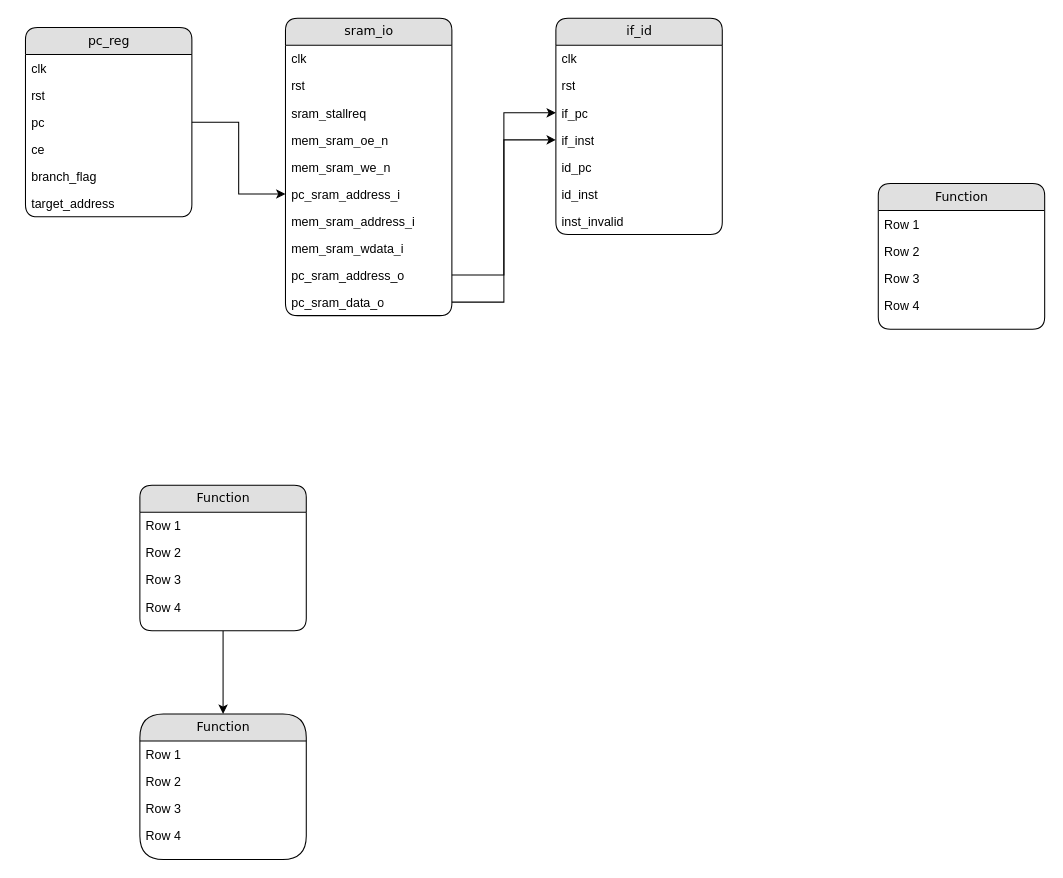
The draw.io diagram riscv-cpu-datapath.drawio in reburnw/riscv-cpu-dataflow, before the edit. Source tidied: cells renumbered, new cells numbered last; positions are measured from the earlier drawing's top-left corner, leaving out a move shared by most shapes. Both pictures are drawn from the tidied source at 104%, with x=0, y=0 at pixel (25, 18).
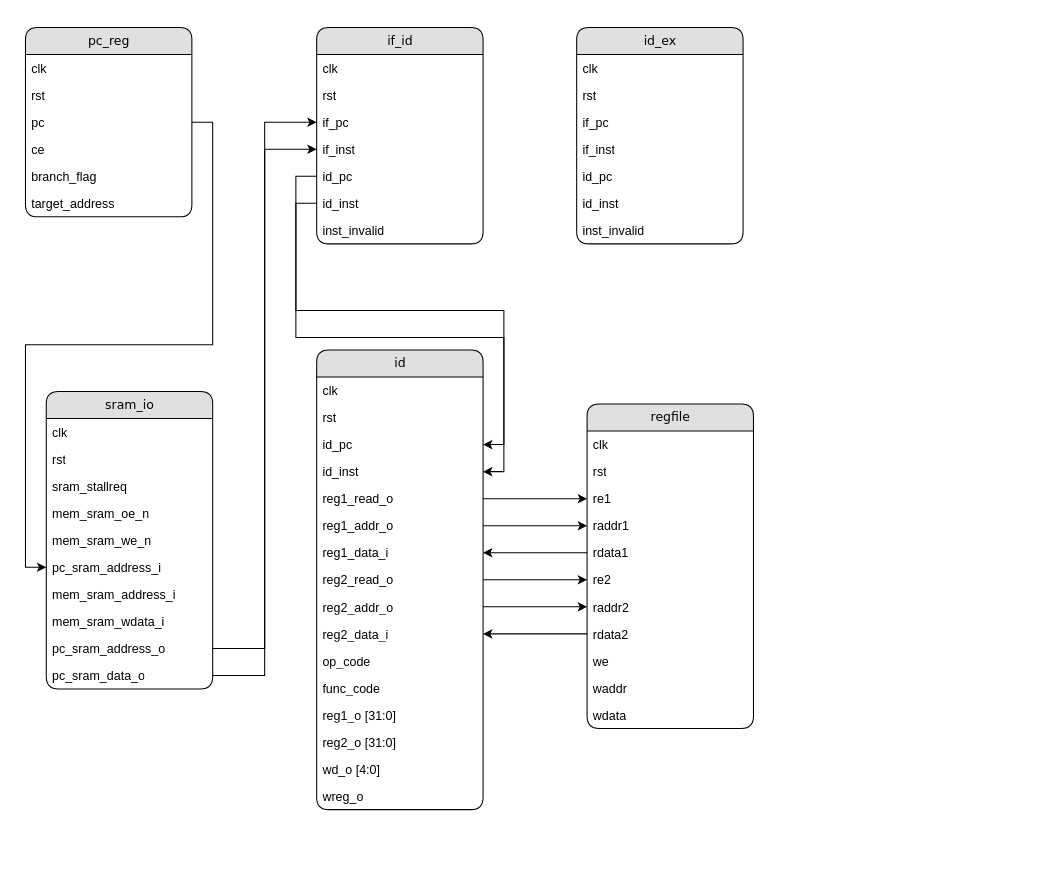
The same diagram, later.

Unchanged cells that the change refers to:
```xml
<mxCell id="37" value="id_pc" style="text;html=1;strokeColor=none;fillColor=none;spacingLeft=4;spacingRight=4;whiteSpace=wrap;overflow=hidden;points=[[0,0.5],[1,0.5]];portConstraint=eastwest;" parent="32" vertex="1">
  <mxGeometry y="130" width="160" height="26" as="geometry" />
</mxCell>
<mxCell id="38" value="id_inst" style="text;html=1;strokeColor=none;fillColor=none;spacingLeft=4;spacingRight=4;whiteSpace=wrap;overflow=hidden;points=[[0,0.5],[1,0.5]];portConstraint=eastwest;" parent="32" vertex="1">
  <mxGeometry y="156" width="160" height="26" as="geometry" />
</mxCell>
```

Change to the diagram source:
```diff
@@
-    <mxCell id="9" style="edgeStyle=orthogonalEdgeStyle;rounded=0;jettySize=auto;html=1;" parent="1" edge="1" source="10" target="15">
-      <mxGeometry relative="1" as="geometry" />
-    </mxCell>
-    <mxCell id="10" value="Function" style="swimlane;html=1;fontStyle=0;horizontal=1;startSize=26;fillColor=#e0e0e0;swimlaneFillColor=#ffffff;align=center;rounded=1;shadow=0;comic=0;labelBackgroundColor=none;strokeWidth=1;fontFamily=Verdana;fontSize=12;" parent="1" vertex="1">
-      <mxGeometry x="110" y="449" width="160" height="140" as="geometry" />
-    </mxCell>
-    <mxCell id="11" value="Row 1" style="text;html=1;strokeColor=none;fillColor=none;spacingLeft=4;spacingRight=4;whiteSpace=wrap;overflow=hidden;" parent="10" vertex="1">
-      <mxGeometry y="26" width="160" height="26" as="geometry" />
-    </mxCell>
-    <mxCell id="12" value="Row 2" style="text;html=1;strokeColor=none;fillColor=none;spacingLeft=4;spacingRight=4;whiteSpace=wrap;overflow=hidden;" parent="10" vertex="1">
-      <mxGeometry y="52" width="160" height="26" as="geometry" />
-    </mxCell>
-    <mxCell id="13" value="Row 3" style="text;html=1;strokeColor=none;fillColor=none;spacingLeft=4;spacingRight=4;whiteSpace=wrap;overflow=hidden;" parent="10" vertex="1">
-      <mxGeometry y="78" width="160" height="26" as="geometry" />
-    </mxCell>
-    <mxCell id="14" value="Row 4" style="text;html=1;strokeColor=none;fillColor=none;spacingLeft=4;spacingRight=4;whiteSpace=wrap;overflow=hidden;" parent="10" vertex="1">
-      <mxGeometry y="104" width="160" height="26" as="geometry" />
-    </mxCell>
-    <mxCell id="15" value="Function" style="swimlane;html=1;fontStyle=0;horizontal=1;startSize=26;fillColor=#e0e0e0;swimlaneFillColor=#ffffff;align=center;rounded=1;shadow=0;comic=0;labelBackgroundColor=none;strokeWidth=1;fontFamily=Verdana;fontSize=12;direction=east;arcSize=29;" parent="1" vertex="1">
-      <mxGeometry x="110" y="669" width="160" height="140" as="geometry" />
-    </mxCell>
-    <mxCell id="16" value="Row 1" style="text;html=1;strokeColor=none;fillColor=none;spacingLeft=4;spacingRight=4;whiteSpace=wrap;overflow=hidden;" parent="15" vertex="1">
-      <mxGeometry y="26" width="160" height="26" as="geometry" />
-    </mxCell>
-    <mxCell id="17" value="Row 2" style="text;html=1;strokeColor=none;fillColor=none;spacingLeft=4;spacingRight=4;whiteSpace=wrap;overflow=hidden;" parent="15" vertex="1">
-      <mxGeometry y="52" width="160" height="26" as="geometry" />
-    </mxCell>
-    <mxCell id="18" value="Row 3" style="text;html=1;strokeColor=none;fillColor=none;spacingLeft=4;spacingRight=4;whiteSpace=wrap;overflow=hidden;" parent="15" vertex="1">
-      <mxGeometry y="78" width="160" height="26" as="geometry" />
-    </mxCell>
-    <mxCell id="19" value="Row 4" style="text;html=1;strokeColor=none;fillColor=none;spacingLeft=4;spacingRight=4;whiteSpace=wrap;overflow=hidden;" parent="15" vertex="1">
-      <mxGeometry y="104" width="160" height="26" as="geometry" />
-    </mxCell>
     <mxCell id="20" value="sram_io" style="swimlane;html=1;fontStyle=0;horizontal=1;startSize=26;fillColor=#e0e0e0;swimlaneFillColor=#ffffff;align=center;rounded=1;shadow=0;comic=0;labelBackgroundColor=none;strokeWidth=1;fontFamily=Verdana;fontSize=12;" parent="1" vertex="1">
-      <mxGeometry x="250" width="160" height="286" as="geometry" />
+      <mxGeometry x="20" y="359" width="160" height="286" as="geometry" />
     </mxCell>
@@
     <mxCell id="32" value="if_id" style="swimlane;html=1;fontStyle=0;horizontal=1;startSize=26;fillColor=#e0e0e0;swimlaneFillColor=#ffffff;align=center;rounded=1;shadow=0;comic=0;labelBackgroundColor=none;strokeWidth=1;fontFamily=Verdana;fontSize=12;" parent="1" vertex="1">
-      <mxGeometry x="510" width="160" height="208" as="geometry" />
+      <mxGeometry x="280" y="9" width="160" height="208" as="geometry" />
     </mxCell>
@@
-    <mxCell id="42" value="Function" style="swimlane;html=1;fontStyle=0;horizontal=1;startSize=26;fillColor=#e0e0e0;swimlaneFillColor=#ffffff;align=center;rounded=1;shadow=0;comic=0;labelBackgroundColor=none;strokeWidth=1;fontFamily=Verdana;fontSize=12;" parent="1" vertex="1">
-      <mxGeometry x="820" y="159" width="160" height="140" as="geometry" />
+    <mxCell id="42" value="id" style="swimlane;html=1;fontStyle=0;horizontal=1;startSize=26;fillColor=#e0e0e0;swimlaneFillColor=#ffffff;align=center;rounded=1;shadow=0;comic=0;labelBackgroundColor=none;strokeWidth=1;fontFamily=Verdana;fontSize=12;" parent="1" vertex="1">
+      <mxGeometry x="280" y="319" width="160" height="442" as="geometry" />
     </mxCell>
-    <mxCell id="43" value="Row 1" style="text;html=1;strokeColor=none;fillColor=none;spacingLeft=4;spacingRight=4;whiteSpace=wrap;overflow=hidden;" parent="42" vertex="1">
+    <mxCell id="43" value="clk" style="text;html=1;strokeColor=none;fillColor=none;spacingLeft=4;spacingRight=4;whiteSpace=wrap;overflow=hidden;" parent="42" vertex="1">
       <mxGeometry y="26" width="160" height="26" as="geometry" />
     </mxCell>
-    <mxCell id="44" value="Row 2" style="text;html=1;strokeColor=none;fillColor=none;spacingLeft=4;spacingRight=4;whiteSpace=wrap;overflow=hidden;" parent="42" vertex="1">
+    <mxCell id="44" value="rst" style="text;html=1;strokeColor=none;fillColor=none;spacingLeft=4;spacingRight=4;whiteSpace=wrap;overflow=hidden;" parent="42" vertex="1">
       <mxGeometry y="52" width="160" height="26" as="geometry" />
     </mxCell>
-    <mxCell id="45" value="Row 3" style="text;html=1;strokeColor=none;fillColor=none;spacingLeft=4;spacingRight=4;whiteSpace=wrap;overflow=hidden;points=[[0,0.5],[1,0.5]];portConstraint=eastwest;" parent="42" vertex="1">
+    <mxCell id="45" value="id_pc" style="text;html=1;strokeColor=none;fillColor=none;spacingLeft=4;spacingRight=4;whiteSpace=wrap;overflow=hidden;points=[[0,0.5],[1,0.5]];portConstraint=eastwest;" parent="42" vertex="1">
       <mxGeometry y="78" width="160" height="26" as="geometry" />
     </mxCell>
-    <mxCell id="46" value="Row 4" style="text;html=1;strokeColor=none;fillColor=none;spacingLeft=4;spacingRight=4;whiteSpace=wrap;overflow=hidden;points=[[0,0.5],[1,0.5]];portConstraint=eastwest;" parent="42" vertex="1">
+    <mxCell id="46" value="id_inst" style="text;html=1;strokeColor=none;fillColor=none;spacingLeft=4;spacingRight=4;whiteSpace=wrap;overflow=hidden;points=[[0,0.5],[1,0.5]];portConstraint=eastwest;" parent="42" vertex="1">
       <mxGeometry y="104" width="160" height="26" as="geometry" />
     </mxCell>
+    <mxCell id="47" value="reg1_read_o" style="text;html=1;strokeColor=none;fillColor=none;spacingLeft=4;spacingRight=4;whiteSpace=wrap;overflow=hidden;points=[[0,0.5],[1,0.5]];portConstraint=eastwest;" parent="42" vertex="1">
+      <mxGeometry y="130" width="160" height="26" as="geometry" />
+    </mxCell>
+    <mxCell id="48" value="reg1_addr_o" style="text;html=1;strokeColor=none;fillColor=none;spacingLeft=4;spacingRight=4;whiteSpace=wrap;overflow=hidden;points=[[0,0.5],[1,0.5]];portConstraint=eastwest;" parent="42" vertex="1">
+      <mxGeometry y="156" width="160" height="26" as="geometry" />
+    </mxCell>
+    <mxCell id="49" value="reg1_data_i" style="text;html=1;strokeColor=none;fillColor=none;spacingLeft=4;spacingRight=4;whiteSpace=wrap;overflow=hidden;points=[[0,0.5],[1,0.5]];portConstraint=eastwest;" parent="42" vertex="1">
+      <mxGeometry y="182" width="160" height="26" as="geometry" />
+    </mxCell>
+    <mxCell id="50" value="reg2_read_o" style="text;html=1;strokeColor=none;fillColor=none;spacingLeft=4;spacingRight=4;whiteSpace=wrap;overflow=hidden;points=[[0,0.5],[1,0.5]];portConstraint=eastwest;" parent="42" vertex="1">
+      <mxGeometry y="208" width="160" height="26" as="geometry" />
+    </mxCell>
+    <mxCell id="51" value="reg2_addr_o" style="text;html=1;strokeColor=none;fillColor=none;spacingLeft=4;spacingRight=4;whiteSpace=wrap;overflow=hidden;points=[[0,0.5],[1,0.5]];portConstraint=eastwest;" parent="42" vertex="1">
+      <mxGeometry y="234" width="160" height="26" as="geometry" />
+    </mxCell>
+    <mxCell id="52" value="reg2_data_i" style="text;html=1;strokeColor=none;fillColor=none;spacingLeft=4;spacingRight=4;whiteSpace=wrap;overflow=hidden;points=[[0,0.5],[1,0.5]];portConstraint=eastwest;" parent="42" vertex="1">
+      <mxGeometry y="260" width="160" height="26" as="geometry" />
+    </mxCell>
+    <mxCell id="53" value="op_code" style="text;html=1;strokeColor=none;fillColor=none;spacingLeft=4;spacingRight=4;whiteSpace=wrap;overflow=hidden;" parent="42" vertex="1">
+      <mxGeometry y="286" width="160" height="26" as="geometry" />
+    </mxCell>
+    <mxCell id="54" value="func_code" style="text;html=1;strokeColor=none;fillColor=none;spacingLeft=4;spacingRight=4;whiteSpace=wrap;overflow=hidden;" parent="42" vertex="1">
+      <mxGeometry y="312" width="160" height="26" as="geometry" />
+    </mxCell>
+    <mxCell id="55" value="reg1_o [31:0]" style="text;html=1;strokeColor=none;fillColor=none;spacingLeft=4;spacingRight=4;whiteSpace=wrap;overflow=hidden;" parent="42" vertex="1">
+      <mxGeometry y="338" width="160" height="26" as="geometry" />
+    </mxCell>
+    <mxCell id="56" value="reg2_o [31:0]" style="text;html=1;strokeColor=none;fillColor=none;spacingLeft=4;spacingRight=4;whiteSpace=wrap;overflow=hidden;" parent="42" vertex="1">
+      <mxGeometry y="364" width="160" height="26" as="geometry" />
+    </mxCell>
+    <mxCell id="57" value="wd_o [4:0]" style="text;html=1;strokeColor=none;fillColor=none;spacingLeft=4;spacingRight=4;whiteSpace=wrap;overflow=hidden;" parent="42" vertex="1">
+      <mxGeometry y="390" width="160" height="26" as="geometry" />
+    </mxCell>
+    <mxCell id="58" value="wreg_o" style="text;html=1;strokeColor=none;fillColor=none;spacingLeft=4;spacingRight=4;whiteSpace=wrap;overflow=hidden;" parent="42" vertex="1">
+      <mxGeometry y="416" width="160" height="26" as="geometry" />
+    </mxCell>
+    <mxCell id="59" style="edgeStyle=orthogonalEdgeStyle;rounded=0;jettySize=auto;html=1;" parent="1" edge="1" source="37" target="45">
+      <mxGeometry relative="1" as="geometry" />
+    </mxCell>
+    <mxCell id="60" style="edgeStyle=orthogonalEdgeStyle;rounded=0;jettySize=auto;html=1;" parent="1" edge="1" source="38" target="46">
+      <mxGeometry relative="1" as="geometry" />
+    </mxCell>
+    <mxCell id="61" value="regfile" style="swimlane;html=1;fontStyle=0;horizontal=1;startSize=26;fillColor=#e0e0e0;swimlaneFillColor=#ffffff;align=center;rounded=1;shadow=0;comic=0;labelBackgroundColor=none;strokeWidth=1;fontFamily=Verdana;fontSize=12;" parent="1" vertex="1">
+      <mxGeometry x="540" y="371" width="160" height="312" as="geometry" />
+    </mxCell>
+    <mxCell id="62" value="clk" style="text;html=1;strokeColor=none;fillColor=none;spacingLeft=4;spacingRight=4;whiteSpace=wrap;overflow=hidden;" parent="61" vertex="1">
+      <mxGeometry y="26" width="160" height="26" as="geometry" />
+    </mxCell>
+    <mxCell id="63" value="rst" style="text;html=1;strokeColor=none;fillColor=none;spacingLeft=4;spacingRight=4;whiteSpace=wrap;overflow=hidden;" parent="61" vertex="1">
+      <mxGeometry y="52" width="160" height="26" as="geometry" />
+    </mxCell>
+    <mxCell id="64" value="re1" style="text;html=1;strokeColor=none;fillColor=none;spacingLeft=4;spacingRight=4;whiteSpace=wrap;overflow=hidden;points=[[0,0.5],[1,0.5]];portConstraint=eastwest;" parent="61" vertex="1">
+      <mxGeometry y="78" width="160" height="26" as="geometry" />
+    </mxCell>
+    <mxCell id="65" value="raddr1" style="text;html=1;strokeColor=none;fillColor=none;spacingLeft=4;spacingRight=4;whiteSpace=wrap;overflow=hidden;points=[[0,0.5],[1,0.5]];portConstraint=eastwest;" parent="61" vertex="1">
+      <mxGeometry y="104" width="160" height="26" as="geometry" />
+    </mxCell>
+    <mxCell id="66" value="rdata1" style="text;html=1;strokeColor=none;fillColor=none;spacingLeft=4;spacingRight=4;whiteSpace=wrap;overflow=hidden;points=[[0,0.5],[1,0.5]];portConstraint=eastwest;" parent="61" vertex="1">
+      <mxGeometry y="130" width="160" height="26" as="geometry" />
+    </mxCell>
+    <mxCell id="67" value="re2" style="text;html=1;strokeColor=none;fillColor=none;spacingLeft=4;spacingRight=4;whiteSpace=wrap;overflow=hidden;points=[[0,0.5],[1,0.5]];portConstraint=eastwest;" parent="61" vertex="1">
+      <mxGeometry y="156" width="160" height="26" as="geometry" />
+    </mxCell>
+    <mxCell id="68" value="raddr2" style="text;html=1;strokeColor=none;fillColor=none;spacingLeft=4;spacingRight=4;whiteSpace=wrap;overflow=hidden;points=[[0,0.5],[1,0.5]];portConstraint=eastwest;" parent="61" vertex="1">
+      <mxGeometry y="182" width="160" height="26" as="geometry" />
+    </mxCell>
+    <mxCell id="69" value="rdata2" style="text;html=1;strokeColor=none;fillColor=none;spacingLeft=4;spacingRight=4;whiteSpace=wrap;overflow=hidden;points=[[0,0.5],[1,0.5]];portConstraint=eastwest;" parent="61" vertex="1">
+      <mxGeometry y="208" width="160" height="26" as="geometry" />
+    </mxCell>
+    <mxCell id="70" value="we" style="text;html=1;strokeColor=none;fillColor=none;spacingLeft=4;spacingRight=4;whiteSpace=wrap;overflow=hidden;" parent="61" vertex="1">
+      <mxGeometry y="234" width="160" height="26" as="geometry" />
+    </mxCell>
+    <mxCell id="71" value="waddr" style="text;html=1;strokeColor=none;fillColor=none;spacingLeft=4;spacingRight=4;whiteSpace=wrap;overflow=hidden;" parent="61" vertex="1">
+      <mxGeometry y="260" width="160" height="26" as="geometry" />
+    </mxCell>
+    <mxCell id="72" value="wdata" style="text;html=1;strokeColor=none;fillColor=none;spacingLeft=4;spacingRight=4;whiteSpace=wrap;overflow=hidden;" parent="61" vertex="1">
+      <mxGeometry y="286" width="160" height="26" as="geometry" />
+    </mxCell>
+    <mxCell id="73" style="edgeStyle=orthogonalEdgeStyle;rounded=0;jettySize=auto;html=1;" parent="1" edge="1" source="47" target="64">
+      <mxGeometry relative="1" as="geometry" />
+    </mxCell>
+    <mxCell id="74" style="edgeStyle=orthogonalEdgeStyle;rounded=0;jettySize=auto;html=1;" parent="1" edge="1" source="48" target="65">
+      <mxGeometry relative="1" as="geometry" />
+    </mxCell>
+    <mxCell id="75" style="edgeStyle=orthogonalEdgeStyle;rounded=0;jettySize=auto;html=1;" parent="1" edge="1" source="66" target="49">
+      <mxGeometry relative="1" as="geometry" />
+    </mxCell>
+    <mxCell id="76" style="edgeStyle=orthogonalEdgeStyle;rounded=0;jettySize=auto;html=1;" parent="1" edge="1" source="50" target="67">
+      <mxGeometry relative="1" as="geometry" />
+    </mxCell>
+    <mxCell id="77" style="edgeStyle=orthogonalEdgeStyle;rounded=0;jettySize=auto;html=1;" parent="1" edge="1" source="51" target="68">
+      <mxGeometry relative="1" as="geometry" />
+    </mxCell>
+    <mxCell id="78" style="edgeStyle=orthogonalEdgeStyle;rounded=0;jettySize=auto;html=1;" parent="1" edge="1" source="69" target="52">
+      <mxGeometry relative="1" as="geometry" />
+    </mxCell>
+    <mxCell id="79" value="id_ex" style="swimlane;html=1;fontStyle=0;horizontal=1;startSize=26;fillColor=#e0e0e0;swimlaneFillColor=#ffffff;align=center;rounded=1;shadow=0;comic=0;labelBackgroundColor=none;strokeWidth=1;fontFamily=Verdana;fontSize=12;" parent="1" vertex="1">
+      <mxGeometry x="530" y="9" width="160" height="208" as="geometry" />
+    </mxCell>
+    <mxCell id="80" value="clk" style="text;html=1;strokeColor=none;fillColor=none;spacingLeft=4;spacingRight=4;whiteSpace=wrap;overflow=hidden;" parent="79" vertex="1">
+      <mxGeometry y="26" width="160" height="26" as="geometry" />
+    </mxCell>
+    <mxCell id="81" value="rst" style="text;html=1;strokeColor=none;fillColor=none;spacingLeft=4;spacingRight=4;whiteSpace=wrap;overflow=hidden;" parent="79" vertex="1">
+      <mxGeometry y="52" width="160" height="26" as="geometry" />
+    </mxCell>
+    <mxCell id="82" value="if_pc" style="text;html=1;strokeColor=none;fillColor=none;spacingLeft=4;spacingRight=4;whiteSpace=wrap;overflow=hidden;" parent="79" vertex="1">
+      <mxGeometry y="78" width="160" height="26" as="geometry" />
+    </mxCell>
+    <mxCell id="83" value="if_inst" style="text;html=1;strokeColor=none;fillColor=none;spacingLeft=4;spacingRight=4;whiteSpace=wrap;overflow=hidden;" parent="79" vertex="1">
+      <mxGeometry y="104" width="160" height="26" as="geometry" />
+    </mxCell>
+    <mxCell id="84" value="id_pc" style="text;html=1;strokeColor=none;fillColor=none;spacingLeft=4;spacingRight=4;whiteSpace=wrap;overflow=hidden;" parent="79" vertex="1">
+      <mxGeometry y="130" width="160" height="26" as="geometry" />
+    </mxCell>
+    <mxCell id="85" value="id_inst" style="text;html=1;strokeColor=none;fillColor=none;spacingLeft=4;spacingRight=4;whiteSpace=wrap;overflow=hidden;" parent="79" vertex="1">
+      <mxGeometry y="156" width="160" height="26" as="geometry" />
+    </mxCell>
+    <mxCell id="86" value="inst_invalid" style="text;html=1;strokeColor=none;fillColor=none;spacingLeft=4;spacingRight=4;whiteSpace=wrap;overflow=hidden;" parent="79" vertex="1">
+      <mxGeometry y="182" width="160" height="26" as="geometry" />
+    </mxCell>
```
